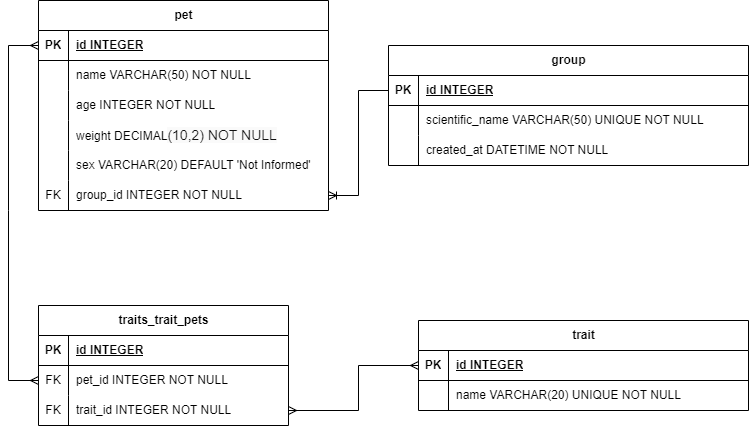
Earlier version of the draw.io export DER.png (vitor-galdino/petcare-api). Source tidied: cells renumbered, new cells last; positions are measured from the earlier drawing's top-left corner, leaving out a move shared by most shapes.
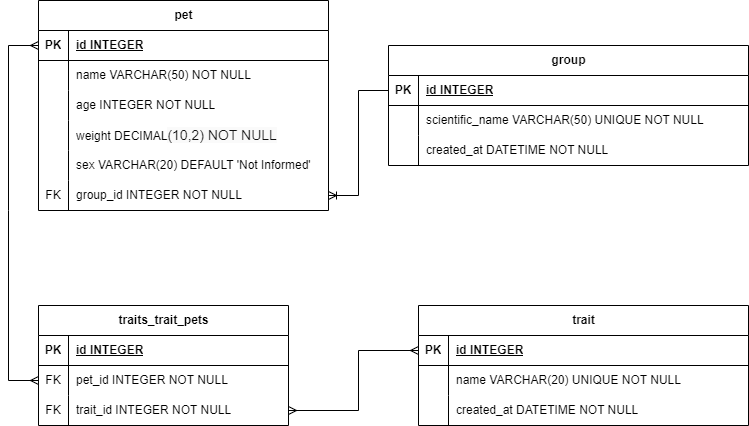
Above is the later version.

Commit message:
docs: include "created_at" attribute in "trait" entity

Diff of the diagram source:
```diff
@@ -90,7 +90,7 @@
       <mxGeometry x="30" width="330" height="30" as="geometry" />
     </mxCell>
     <mxCell id="31" value="trait" style="shape=table;startSize=30;rowLines=0;fontStyle=1;align=center;html=1;" parent="1" vertex="1">
-      <mxGeometry x="410" y="320" width="330" height="90" as="geometry" />
+      <mxGeometry x="410" y="305" width="330" height="120" as="geometry" />
     </mxCell>
     <mxCell id="32" style="shape=tableRow;horizontal=0;startSize=0;swimlaneHead=0;swimlaneBody=0;fillColor=none;points=[[0,0.5],[1,0.5]];portConstraint=eastwest;top=0;left=0;right=0;bottom=1;" parent="31" vertex="1">
       <mxGeometry y="30" width="330" height="30" as="geometry" />
@@ -110,6 +110,15 @@
     <mxCell id="37" value="name VARCHAR(20) UNIQUE NOT NULL" style="shape=partialRectangle;fillColor=none;top=0;left=0;bottom=0;right=0;align=left;spacingLeft=6;overflow=hidden;whiteSpace=wrap;html=1;" parent="35" vertex="1">
       <mxGeometry x="30" width="300" height="30" as="geometry" />
     </mxCell>
+    <mxCell id="51" style="shape=tableRow;horizontal=0;startSize=0;swimlaneHead=0;swimlaneBody=0;fillColor=none;top=0;left=0;right=0;bottom=0;" parent="31" vertex="1">
+      <mxGeometry y="90" width="330" height="30" as="geometry" />
+    </mxCell>
+    <mxCell id="52" style="shape=partialRectangle;fillColor=none;top=0;left=0;bottom=0;right=0;overflow=hidden;whiteSpace=wrap;html=1;" parent="51" vertex="1">
+      <mxGeometry width="30" height="30" as="geometry" />
+    </mxCell>
+    <mxCell id="53" value="created_at DATETIME NOT NULL" style="shape=partialRectangle;fillColor=none;top=0;left=0;bottom=0;right=0;align=left;spacingLeft=6;overflow=hidden;whiteSpace=wrap;html=1;" parent="51" vertex="1">
+      <mxGeometry x="30" width="300" height="30" as="geometry" />
+    </mxCell>
     <mxCell id="38" style="fontSize=12;html=1;endArrow=ERoneToMany;rounded=0;entryX=1;entryY=0.5;entryDx=0;entryDy=0;edgeStyle=orthogonalEdgeStyle;exitX=0;exitY=0.5;exitDx=0;exitDy=0;startArrow=none;startFill=0;endFill=0;" parent="1" edge="1" source="22" target="18">
       <mxGeometry relative="1" as="geometry">
         <Array as="points">
@@ -161,7 +170,7 @@
       <mxGeometry relative="1" as="geometry">
         <Array as="points">
           <mxPoint x="350" y="410" />
-          <mxPoint x="350" y="365" />
+          <mxPoint x="350" y="350" />
         </Array>
       </mxGeometry>
     </mxCell>
```
